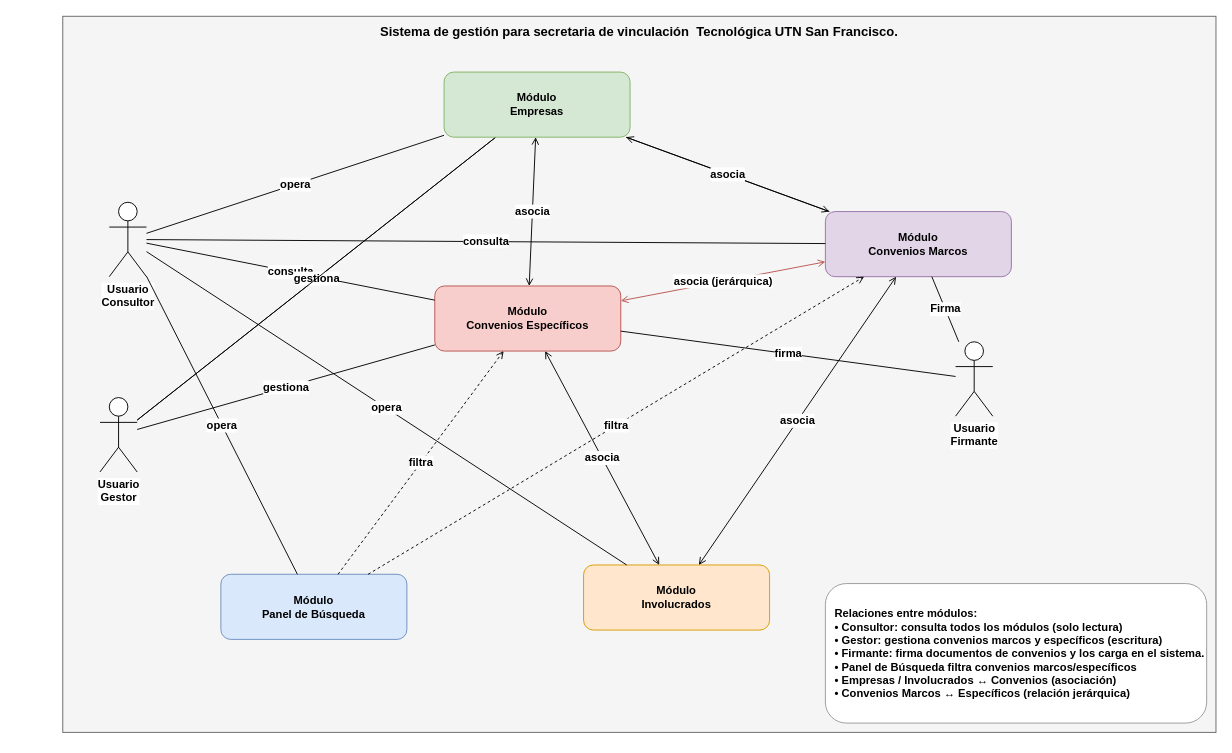
The draw.io diagram page "06 - Vista de Conjunto" (6 of 6) of docs/Diagrama Casos de Uso.drawio in FacundoZin/ConveniosUTNSanFrancisco, before the edit. Source tidied: cells renumbered, new cells numbered last; positions are measured from the earlier drawing's top-left corner, leaving out a move shared by most shapes. Both pictures are drawn from the tidied source at 93%, with x=0, y=0 at pixel (62, 16).
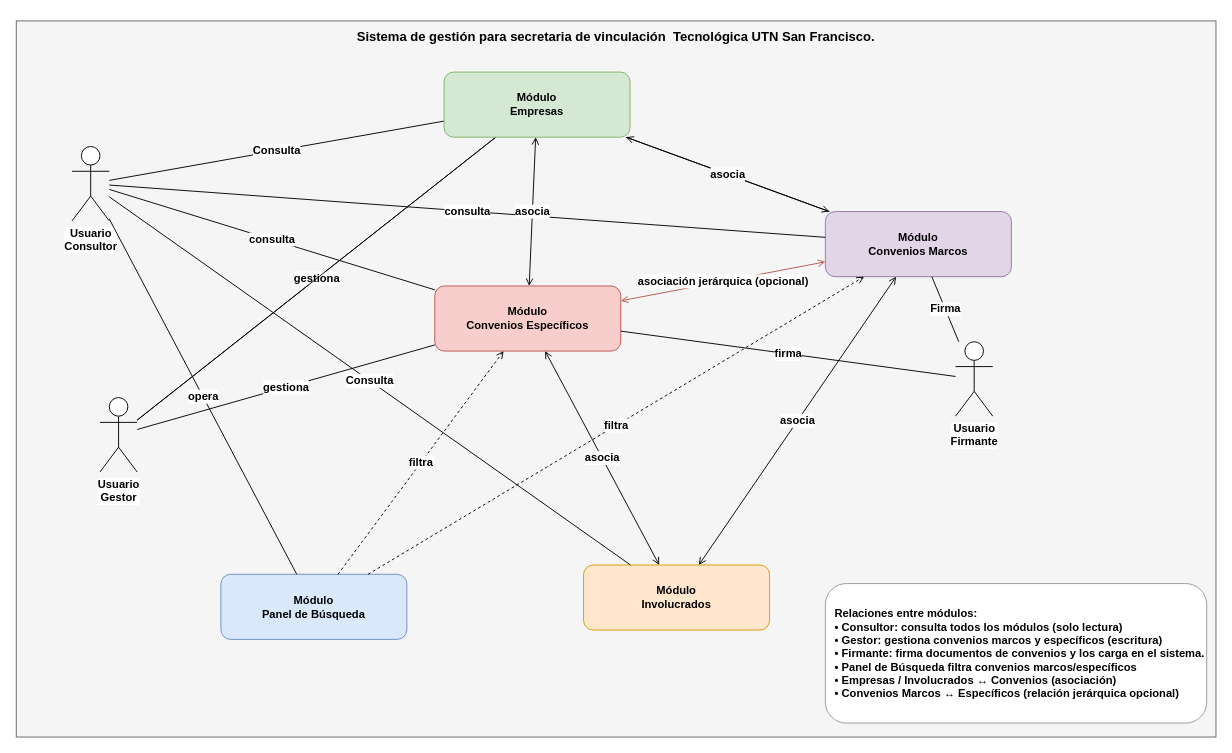
After the change.

The change refers to these unchanged cells:
```xml
<mxCell id="7" value="Módulo&#10;Involucrados" style="rounded=1;whiteSpace=wrap;html=1;fillColor=#ffe6cc;strokeColor=#d79b00;fontSize=12;fontStyle=1;align=center;" parent="1" vertex="1">
  <mxGeometry x="560" y="590" width="200" height="70" as="geometry" />
</mxCell>
<mxCell id="8" value="Módulo&#10;Convenios Marcos" style="rounded=1;whiteSpace=wrap;html=1;fillColor=#e1d5e7;strokeColor=#9673a6;fontSize=12;fontStyle=1;align=center;" parent="1" vertex="1">
  <mxGeometry x="820" y="210" width="200" height="70" as="geometry" />
</mxCell>
<mxCell id="9" value="Módulo&#10;Convenios Específicos" style="rounded=1;whiteSpace=wrap;html=1;fillColor=#f8cecc;strokeColor=#b85450;fontSize=12;fontStyle=1;align=center;" parent="1" vertex="1">
  <mxGeometry x="400" y="290" width="200" height="70" as="geometry" />
</mxCell>
<mxCell id="29" value="Módulo&#10;Empresas" style="rounded=1;whiteSpace=wrap;html=1;fillColor=#d5e8d4;strokeColor=#82b366;fontSize=12;fontStyle=1;align=center;" parent="1" vertex="1">
  <mxGeometry x="410" y="60" width="200" height="70" as="geometry" />
</mxCell>
```

Diff of the diagram source:
```diff
@@
     <mxCell id="2" value="&lt;span style=&quot;font-size: 14px;&quot;&gt;Sistema de gestión para secretaria de vinculación&amp;nbsp; Tecnológica UTN San Francisco.&lt;/span&gt;&lt;div&gt;&lt;span style=&quot;font-size: 14px;&quot;&gt;&lt;br&gt;&lt;/span&gt;&lt;/div&gt;" style="rounded=0;whiteSpace=wrap;html=1;fillColor=#f5f5f5;strokeColor=#666666;fontSize=16;fontStyle=1;verticalAlign=top;align=center;" parent="1" vertex="1">
-      <mxGeometry width="1240" height="770" as="geometry" />
+      <mxGeometry x="-50" y="5" width="1290" height="770" as="geometry" />
     </mxCell>
     <mxCell id="3" value="Usuario&#10;Consultor" style="shape=umlActor;verticalLabelPosition=bottom;labelBackgroundColor=#ffffff;verticalAlign=top;html=1;outlineConnect=0;fontSize=12;fontStyle=1;" parent="1" vertex="1">
-      <mxGeometry x="50" y="200" width="40" height="80" as="geometry" />
+      <mxGeometry x="10" y="140" width="40" height="80" as="geometry" />
     </mxCell>
@@
-    <mxCell id="11" value="&lt;b&gt;&lt;font style=&quot;font-size: 12px;&quot;&gt;opera&lt;/font&gt;&lt;/b&gt;" style="endArrow=none;html=1;fontSize=10;" parent="1" edge="1" source="3" target="29">
+    <mxCell id="11" value="&lt;span style=&quot;font-size: 12px;&quot;&gt;&lt;b&gt;Consulta&lt;/b&gt;&lt;/span&gt;" style="endArrow=none;html=1;fontSize=10;" parent="1" edge="1" source="3" target="29">
       <mxGeometry relative="1" as="geometry" />
     </mxCell>
-    <mxCell id="12" value="&lt;font style=&quot;font-size: 12px;&quot;&gt;&lt;b&gt;opera&lt;/b&gt;&lt;/font&gt;" style="endArrow=none;html=1;fontSize=10;" parent="1" edge="1" source="3" target="7">
+    <mxCell id="12" value="&lt;span style=&quot;font-size: 12px;&quot;&gt;&lt;b&gt;Consulta&lt;/b&gt;&lt;/span&gt;" style="endArrow=none;html=1;fontSize=10;" parent="1" edge="1" source="3" target="7">
       <mxGeometry relative="1" as="geometry" />
     </mxCell>
@@
-    <mxCell id="26" value="&lt;b&gt;&lt;font style=&quot;font-size: 12px;&quot;&gt;asocia (jerárquica)&lt;/font&gt;&lt;/b&gt;" style="endArrow=open;startArrow=open;html=1;fontSize=10;strokeColor=#b85450;" parent="1" edge="1" source="8" target="9">
+    <mxCell id="26" value="&lt;b&gt;&lt;font style=&quot;font-size: 12px;&quot;&gt;asociación jerárquica (opcional)&lt;/font&gt;&lt;/b&gt;" style="endArrow=open;startArrow=open;html=1;fontSize=10;strokeColor=#b85450;" parent="1" edge="1" source="8" target="9">
       <mxGeometry relative="1" as="geometry" />
     </mxCell>
-    <mxCell id="27" value="&lt;div style=&quot;text-align: justify;&quot;&gt;&lt;span style=&quot;background-color: transparent; color: light-dark(rgb(0, 0, 0), rgb(255, 255, 255));&quot;&gt;&lt;font style=&quot;font-size: 12px;&quot;&gt;&lt;b&gt;Relaciones entre módulos:&lt;/b&gt;&lt;/font&gt;&lt;/span&gt;&lt;/div&gt;&lt;div style=&quot;text-align: justify;&quot;&gt;&lt;span style=&quot;background-color: transparent; color: light-dark(rgb(0, 0, 0), rgb(255, 255, 255));&quot;&gt;&lt;font style=&quot;font-size: 12px;&quot;&gt;&lt;b&gt;• Consultor: consulta todos los módulos (solo lectura)&lt;/b&gt;&lt;/font&gt;&lt;/span&gt;&lt;/div&gt;&lt;font style=&quot;font-size: 12px;&quot;&gt;&lt;b&gt;&lt;div style=&quot;text-align: justify;&quot;&gt;&lt;span style=&quot;background-color: transparent; color: light-dark(rgb(0, 0, 0), rgb(255, 255, 255)); font-size: 10px;&quot;&gt;&lt;font style=&quot;font-size: 12px;&quot;&gt;• Gestor: gestiona convenios marcos y específicos (escritura)&lt;/font&gt;&lt;/span&gt;&lt;/div&gt;&lt;div style=&quot;text-align: justify;&quot;&gt;&lt;span style=&quot;background-color: transparent; color: light-dark(rgb(0, 0, 0), rgb(255, 255, 255)); font-size: 10px;&quot;&gt;&lt;font style=&quot;font-size: 12px;&quot;&gt;• Firmante: firma documentos de convenios y los carga en el sistema.&lt;/font&gt;&lt;/span&gt;&lt;/div&gt;&lt;div style=&quot;text-align: justify;&quot;&gt;&lt;span style=&quot;background-color: transparent; color: light-dark(rgb(0, 0, 0), rgb(255, 255, 255)); font-size: 10px;&quot;&gt;&lt;font style=&quot;font-size: 12px;&quot;&gt;• Panel de Búsqueda filtra convenios marcos/específicos&lt;/font&gt;&lt;/span&gt;&lt;/div&gt;&lt;div style=&quot;text-align: justify;&quot;&gt;&lt;span style=&quot;background-color: transparent; color: light-dark(rgb(0, 0, 0), rgb(255, 255, 255)); font-size: 10px;&quot;&gt;&lt;font style=&quot;font-size: 12px;&quot;&gt;• Empresas / Involucrados ↔ Convenios (asociación)&lt;/font&gt;&lt;/span&gt;&lt;/div&gt;&lt;div style=&quot;text-align: justify;&quot;&gt;&lt;span style=&quot;background-color: transparent; color: light-dark(rgb(0, 0, 0), rgb(255, 255, 255)); font-size: 10px;&quot;&gt;&lt;font style=&quot;font-size: 12px;&quot;&gt;• Convenios Marcos ↔ Específicos (relación jerárquica)&lt;/font&gt;&lt;/span&gt;&lt;/div&gt;&lt;/b&gt;&lt;/font&gt;" style="text;html=1;align=right;verticalAlign=middle;whiteSpace=wrap;fontSize=10;fillColor=#ffffff;strokeColor=#999999;rounded=1;" parent="1" vertex="1">
+    <mxCell id="27" value="&lt;div style=&quot;text-align: justify;&quot;&gt;&lt;span style=&quot;background-color: transparent; color: light-dark(rgb(0, 0, 0), rgb(255, 255, 255));&quot;&gt;&lt;font style=&quot;font-size: 12px;&quot;&gt;&lt;b&gt;Relaciones entre módulos:&lt;/b&gt;&lt;/font&gt;&lt;/span&gt;&lt;/div&gt;&lt;div style=&quot;text-align: justify;&quot;&gt;&lt;span style=&quot;background-color: transparent; color: light-dark(rgb(0, 0, 0), rgb(255, 255, 255));&quot;&gt;&lt;font style=&quot;font-size: 12px;&quot;&gt;&lt;b&gt;• Consultor: consulta todos los módulos (solo lectura)&lt;/b&gt;&lt;/font&gt;&lt;/span&gt;&lt;/div&gt;&lt;font style=&quot;font-size: 12px;&quot;&gt;&lt;b&gt;&lt;div style=&quot;text-align: justify;&quot;&gt;&lt;span style=&quot;background-color: transparent; color: light-dark(rgb(0, 0, 0), rgb(255, 255, 255)); font-size: 10px;&quot;&gt;&lt;font style=&quot;font-size: 12px;&quot;&gt;• Gestor: gestiona convenios marcos y específicos (escritura)&lt;/font&gt;&lt;/span&gt;&lt;/div&gt;&lt;div style=&quot;text-align: justify;&quot;&gt;&lt;span style=&quot;background-color: transparent; color: light-dark(rgb(0, 0, 0), rgb(255, 255, 255)); font-size: 10px;&quot;&gt;&lt;font style=&quot;font-size: 12px;&quot;&gt;• Firmante: firma documentos de convenios y los carga en el sistema.&lt;/font&gt;&lt;/span&gt;&lt;/div&gt;&lt;div style=&quot;text-align: justify;&quot;&gt;&lt;span style=&quot;background-color: transparent; color: light-dark(rgb(0, 0, 0), rgb(255, 255, 255)); font-size: 10px;&quot;&gt;&lt;font style=&quot;font-size: 12px;&quot;&gt;• Panel de Búsqueda filtra convenios marcos/específicos&lt;/font&gt;&lt;/span&gt;&lt;/div&gt;&lt;div style=&quot;text-align: justify;&quot;&gt;&lt;span style=&quot;background-color: transparent; color: light-dark(rgb(0, 0, 0), rgb(255, 255, 255)); font-size: 10px;&quot;&gt;&lt;font style=&quot;font-size: 12px;&quot;&gt;• Empresas / Involucrados ↔ Convenios (asociación)&lt;/font&gt;&lt;/span&gt;&lt;/div&gt;&lt;div style=&quot;text-align: justify;&quot;&gt;&lt;span style=&quot;background-color: transparent; color: light-dark(rgb(0, 0, 0), rgb(255, 255, 255)); font-size: 10px;&quot;&gt;&lt;font style=&quot;font-size: 12px;&quot;&gt;• Convenios Marcos ↔ Específicos (relación jerárquica opcional)&lt;/font&gt;&lt;/span&gt;&lt;/div&gt;&lt;/b&gt;&lt;/font&gt;" style="text;html=1;align=right;verticalAlign=middle;whiteSpace=wrap;fontSize=10;fillColor=#ffffff;strokeColor=#999999;rounded=1;" parent="1" vertex="1">
       <mxGeometry x="820" y="610" width="410" height="150" as="geometry" />
     </mxCell>
```
